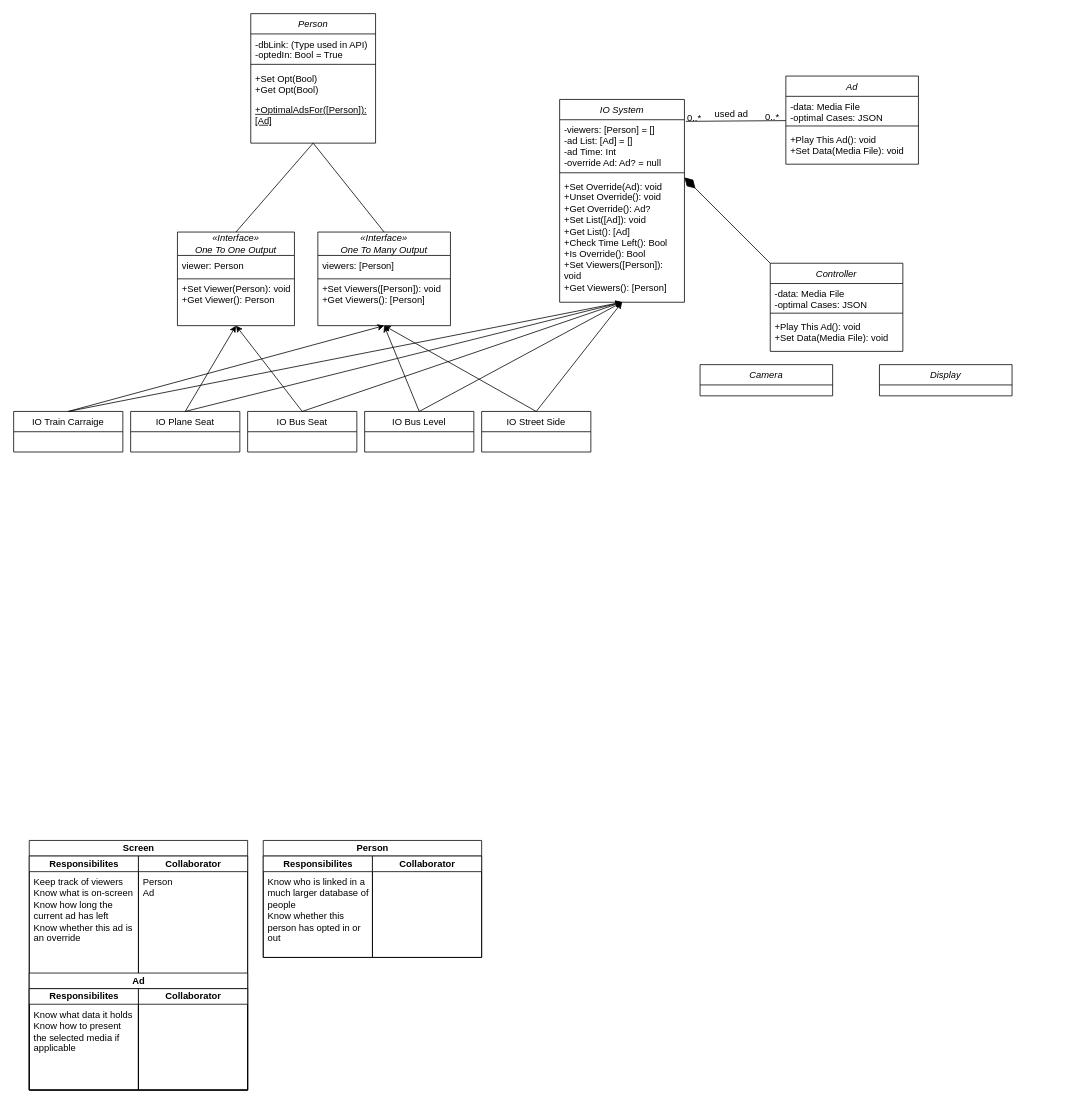
pseud0n/sepp-diagrams keeps this draw.io diagram as page "Page-1" (1 of 2) of class-diagram.drawio. Above is the earlier version. Source tidied: cells renumbered, new cells numbered last; positions are measured from the earlier drawing's top-left corner, leaving out a move shared by most shapes. Both pictures are drawn from the tidied source at 78%, with x=0, y=0 at pixel (13, 13).
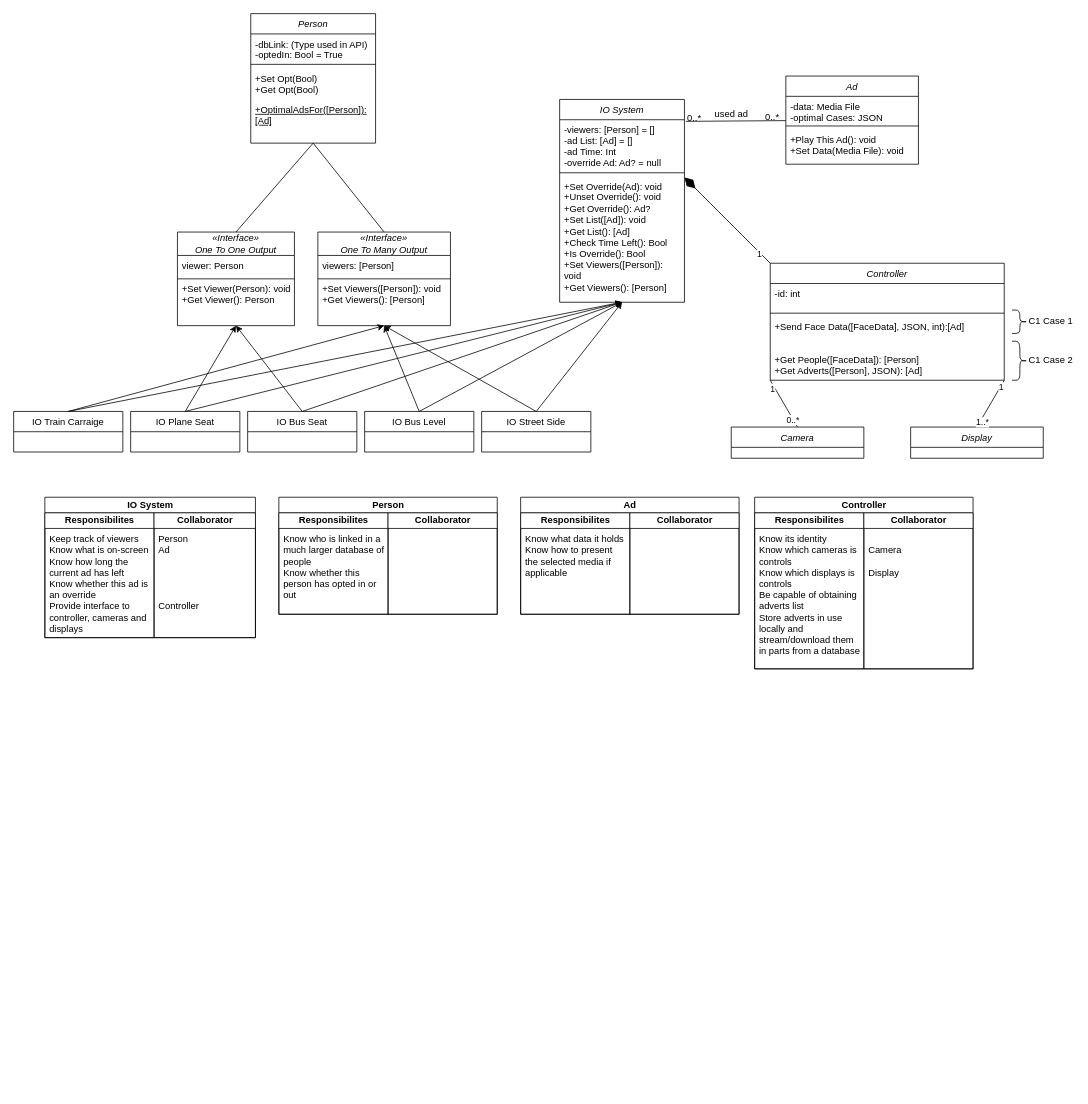
Above is the later version.

The change refers to these unchanged cells:
```xml
<mxCell id="64" style="endArrow=none;html=1;rounded=0;entryX=0;entryY=0;entryDx=0;entryDy=0;startArrow=diamondThin;startFill=1;startSize=17;" parent="1" edge="1" target="58">
  <mxGeometry relative="1" as="geometry">
    <mxPoint x="860" y="210" as="sourcePoint" />
  </mxGeometry>
</mxCell>
```

Diff of the diagram source:
```diff
@@
     <mxCell id="19" value="Person" style="swimlane;startSize=20;html=1;" parent="1" vertex="1">
-      <mxGeometry x="320" y="1060" width="280" height="150" as="geometry" />
+      <mxGeometry x="340" y="620" width="280" height="150" as="geometry" />
     </mxCell>
@@
-    <mxCell id="23" value="Screen" style="swimlane;startSize=20;html=1;" parent="1" vertex="1">
-      <mxGeometry x="20" y="1060" width="280" height="320" as="geometry" />
+    <mxCell id="23" value="IO System" style="swimlane;startSize=20;html=1;" parent="1" vertex="1">
+      <mxGeometry x="40" y="620" width="270" height="180" as="geometry" />
     </mxCell>
     <mxCell id="24" value="Responsibilites" style="swimlane;startSize=20;html=1;" parent="23" vertex="1">
-      <mxGeometry y="20" width="140" height="300" as="geometry" />
+      <mxGeometry y="20" width="140" height="160" as="geometry" />
     </mxCell>
     <mxCell id="25" value="Collaborator" style="swimlane;startSize=20;html=1;swimlaneLine=1;gradientColor=none;fillColor=default;" parent="23" vertex="1">
-      <mxGeometry x="140" y="20" width="140" height="300" as="geometry" />
+      <mxGeometry x="140" y="20" width="130" height="160" as="geometry" />
     </mxCell>
-    <mxCell id="26" value="&lt;div&gt;Person&lt;/div&gt;&lt;div&gt;Ad&lt;/div&gt;&lt;div&gt;&lt;br&gt;&lt;/div&gt;" style="text;html=1;strokeColor=none;fillColor=none;align=left;verticalAlign=top;whiteSpace=wrap;rounded=0;spacingLeft=4;spacingRight=4;" parent="25" vertex="1">
+    <mxCell id="26" value="&lt;div&gt;Person&lt;/div&gt;&lt;div&gt;Ad&lt;/div&gt;&lt;div&gt;&lt;br&gt;&lt;/div&gt;&lt;div&gt;&lt;br&gt;&lt;/div&gt;&lt;div&gt;&lt;br&gt;&lt;/div&gt;&lt;div&gt;&lt;br&gt;&lt;/div&gt;&lt;div&gt;Controller&lt;br&gt;&lt;/div&gt;" style="text;html=1;strokeColor=none;fillColor=none;align=left;verticalAlign=top;whiteSpace=wrap;rounded=0;spacingLeft=4;spacingRight=4;" parent="25" vertex="1">
       <mxGeometry y="20" width="140" height="140" as="geometry" />
     </mxCell>
-    <mxCell id="27" style="group;" parent="25" vertex="1">
-      <mxGeometry x="-140" y="150" width="280" height="150" as="geometry" />
-    </mxCell>
-    <mxCell id="28" value="Ad" style="swimlane;startSize=20;html=1;" parent="27" vertex="1">
-      <mxGeometry width="280" height="150" as="geometry" />
-    </mxCell>
-    <mxCell id="29" value="Responsibilites" style="swimlane;startSize=20;html=1;" parent="28" vertex="1">
-      <mxGeometry y="20" width="140" height="130" as="geometry" />
-    </mxCell>
-    <mxCell id="30" value="Collaborator" style="swimlane;startSize=20;html=1;swimlaneLine=1;gradientColor=none;fillColor=default;" parent="28" vertex="1">
-      <mxGeometry x="140" y="20" width="140" height="130" as="geometry" />
-    </mxCell>
-    <mxCell id="31" value="&lt;div&gt;Know what data it holds&lt;/div&gt;&lt;div&gt;Know how to present the selected media if applicable&lt;br&gt;&lt;/div&gt;" style="text;html=1;strokeColor=none;fillColor=none;align=left;verticalAlign=top;whiteSpace=wrap;rounded=0;spacingLeft=4;spacingRight=4;" parent="27" vertex="1">
-      <mxGeometry y="40" width="140" height="110" as="geometry" />
-    </mxCell>
-    <mxCell id="32" value="&lt;div&gt;Keep track of viewers&lt;/div&gt;&lt;div&gt;Know what is on-screen&lt;/div&gt;&lt;div&gt;Know how long the current ad has left&lt;/div&gt;&lt;div&gt;Know whether this ad is an override&lt;br&gt;&lt;/div&gt;" style="text;html=1;strokeColor=none;fillColor=none;align=left;verticalAlign=top;whiteSpace=wrap;rounded=0;spacingLeft=4;spacingRight=4;" parent="1" vertex="1">
-      <mxGeometry x="20" y="1100" width="140" height="140" as="geometry" />
+    <mxCell id="32" value="&lt;div&gt;Keep track of viewers&lt;/div&gt;&lt;div&gt;Know what is on-screen&lt;/div&gt;&lt;div&gt;Know how long the current ad has left&lt;/div&gt;&lt;div&gt;Know whether this ad is an override&lt;/div&gt;&lt;div&gt;Provide interface to controller, cameras and displays&lt;br&gt;&lt;/div&gt;" style="text;html=1;strokeColor=none;fillColor=none;align=left;verticalAlign=top;whiteSpace=wrap;rounded=0;spacingLeft=4;spacingRight=4;" parent="1" vertex="1">
+      <mxGeometry x="40" y="660" width="140" height="140" as="geometry" />
     </mxCell>
@@
     <mxCell id="58" value="Controller" style="swimlane;fontStyle=2;align=center;verticalAlign=top;horizontal=1;startSize=26;rounded=0;shadow=0;strokeWidth=1;" parent="1" vertex="1">
-      <mxGeometry x="970" y="320" width="170" height="113" as="geometry" />
+      <mxGeometry x="970" y="320" width="300" height="150" as="geometry" />
     </mxCell>
-    <mxCell id="59" value="-data: Media File&#10;-optimal Cases: JSON&#10;" style="text;align=left;verticalAlign=top;spacingLeft=4;spacingRight=4;overflow=hidden;" parent="58" vertex="1">
-      <mxGeometry y="26" width="170" height="34" as="geometry" />
+    <mxCell id="59" value="-id: int" style="text;align=left;verticalAlign=top;spacingLeft=4;spacingRight=4;overflow=hidden;" parent="58" vertex="1">
+      <mxGeometry y="26" width="300" height="34" as="geometry" />
     </mxCell>
     <mxCell id="60" style="line;html=1;strokeWidth=1;align=left;verticalAlign=middle;spacingTop=-1;spacingLeft=3;spacingRight=3;labelPosition=right;" parent="58" vertex="1">
-      <mxGeometry y="60" width="170" height="8" as="geometry" />
+      <mxGeometry y="60" width="300" height="8" as="geometry" />
     </mxCell>
-    <mxCell id="61" value="+Play This Ad(): void&#10;+Set Data(Media File): void&#10;" style="text;align=left;verticalAlign=top;spacingLeft=4;spacingRight=4;overflow=hidden;" parent="58" vertex="1">
-      <mxGeometry y="68" width="170" height="42" as="geometry" />
+    <mxCell id="61" value="+Send Face Data([FaceData], JSON, int):[Ad]&#10;&#10;&#10;+Get People([FaceData]): [Person]&#10;+Get Adverts([Person], JSON): [Ad]&#10;" style="text;align=left;verticalAlign=top;spacingLeft=4;spacingRight=4;overflow=hidden;" parent="58" vertex="1">
+      <mxGeometry y="68" width="300" height="82" as="geometry" />
     </mxCell>
     <mxCell id="62" value="Camera" style="swimlane;fontStyle=2;align=center;verticalAlign=top;horizontal=1;startSize=26;rounded=0;shadow=0;strokeWidth=1;" parent="1" vertex="1">
-      <mxGeometry x="880" y="450" width="170" height="40" as="geometry" />
+      <mxGeometry x="920" y="530" width="170" height="40" as="geometry" />
     </mxCell>
     <mxCell id="63" value="Display" style="swimlane;fontStyle=2;align=center;verticalAlign=top;horizontal=1;startSize=26;rounded=0;shadow=0;strokeWidth=1;" parent="1" vertex="1">
-      <mxGeometry x="1110" y="450" width="170" height="40" as="geometry" />
+      <mxGeometry x="1150" y="530" width="170" height="40" as="geometry" />
     </mxCell>
@@
+    <mxCell id="65" value="1" style="edgeLabel;html=1;align=center;verticalAlign=middle;" parent="64" vertex="1">
+      <mxGeometry x="0.76" y="-2" relative="1" as="geometry" />
+    </mxCell>
+    <mxCell id="66" style="endArrow=none;html=1;rounded=0;startSize=17;sourcePerimeterSpacing=20;targetPerimeterSpacing=20;exitX=0.5;exitY=0;exitDx=0;exitDy=0;entryX=0;entryY=1;entryDx=0;entryDy=0;" parent="1" edge="1" source="62" target="58">
+      <mxGeometry relative="1" as="geometry" />
+    </mxCell>
+    <mxCell id="67" value="0..*" style="edgeLabel;html=1;align=center;verticalAlign=middle;" parent="66" vertex="1">
+      <mxGeometry x="-0.66" y="1" relative="1" as="geometry" />
+    </mxCell>
+    <mxCell id="68" value="1" style="edgeLabel;html=1;align=center;verticalAlign=middle;" parent="66" vertex="1">
+      <mxGeometry x="0.71" y="3" relative="1" as="geometry" />
+    </mxCell>
+    <mxCell id="69" style="endArrow=none;html=1;rounded=0;startSize=17;sourcePerimeterSpacing=20;targetPerimeterSpacing=20;exitX=0.5;exitY=0;exitDx=0;exitDy=0;entryX=1;entryY=1;entryDx=0;entryDy=0;" parent="1" edge="1" source="63" target="58">
+      <mxGeometry relative="1" as="geometry" />
+    </mxCell>
+    <mxCell id="70" value="1" style="edgeLabel;html=1;align=center;verticalAlign=middle;" parent="69" vertex="1">
+      <mxGeometry x="0.73" relative="1" as="geometry" />
+    </mxCell>
+    <mxCell id="71" value="1..*" style="edgeLabel;html=1;align=center;verticalAlign=middle;" parent="69" vertex="1">
+      <mxGeometry x="-0.74" y="-2" relative="1" as="geometry" />
+    </mxCell>
+    <mxCell id="72" style="shape=curlyBracket;whiteSpace=wrap;html=1;rounded=1;flipH=1;labelPosition=right;verticalLabelPosition=middle;align=left;verticalAlign=middle;" parent="1" vertex="1">
+      <mxGeometry x="1280" y="380" width="20" height="30" as="geometry" />
+    </mxCell>
+    <mxCell id="73" style="shape=curlyBracket;whiteSpace=wrap;html=1;rounded=1;flipH=1;labelPosition=right;verticalLabelPosition=middle;align=left;verticalAlign=middle;" parent="1" vertex="1">
+      <mxGeometry x="1280" y="420" width="20" height="50" as="geometry" />
+    </mxCell>
+    <mxCell id="74" value="C1 Case 1" style="text;html=1;strokeColor=none;fillColor=none;align=center;verticalAlign=middle;whiteSpace=wrap;rounded=0;" parent="1" vertex="1">
+      <mxGeometry x="1300" y="380" width="60" height="30" as="geometry" />
+    </mxCell>
+    <mxCell id="75" value="C1 Case 2" style="text;html=1;strokeColor=none;fillColor=none;align=center;verticalAlign=middle;whiteSpace=wrap;rounded=0;" parent="1" vertex="1">
+      <mxGeometry x="1300" y="430" width="60" height="30" as="geometry" />
+    </mxCell>
+    <mxCell id="27" style="group;" parent="1" vertex="1">
+      <mxGeometry x="650" y="620" width="280" height="150" as="geometry" />
+    </mxCell>
+    <mxCell id="28" value="Ad" style="swimlane;startSize=20;html=1;" parent="27" vertex="1">
+      <mxGeometry width="280" height="150" as="geometry" />
+    </mxCell>
+    <mxCell id="29" value="Responsibilites" style="swimlane;startSize=20;html=1;" parent="28" vertex="1">
+      <mxGeometry y="20" width="140" height="130" as="geometry" />
+    </mxCell>
+    <mxCell id="30" value="Collaborator" style="swimlane;startSize=20;html=1;swimlaneLine=1;gradientColor=none;fillColor=default;" parent="28" vertex="1">
+      <mxGeometry x="140" y="20" width="140" height="130" as="geometry" />
+    </mxCell>
+    <mxCell id="31" value="&lt;div&gt;Know what data it holds&lt;/div&gt;&lt;div&gt;Know how to present the selected media if applicable&lt;br&gt;&lt;/div&gt;" style="text;html=1;strokeColor=none;fillColor=none;align=left;verticalAlign=top;whiteSpace=wrap;rounded=0;spacingLeft=4;spacingRight=4;" parent="27" vertex="1">
+      <mxGeometry y="40" width="140" height="110" as="geometry" />
+    </mxCell>
+    <mxCell id="76" style="group;" parent="1" vertex="1">
+      <mxGeometry x="950" y="620" width="280" height="220" as="geometry" />
+    </mxCell>
+    <mxCell id="77" value="Controller" style="swimlane;startSize=20;html=1;" parent="76" vertex="1">
+      <mxGeometry width="280" height="220" as="geometry" />
+    </mxCell>
+    <mxCell id="78" value="Responsibilites" style="swimlane;startSize=20;html=1;" parent="77" vertex="1">
+      <mxGeometry y="20" width="140" height="200" as="geometry" />
+    </mxCell>
+    <mxCell id="79" value="Collaborator" style="swimlane;startSize=20;html=1;swimlaneLine=1;gradientColor=none;fillColor=default;" parent="77" vertex="1">
+      <mxGeometry x="140" y="20" width="140" height="200" as="geometry" />
+    </mxCell>
+    <mxCell id="80" value="&lt;div&gt;&lt;br&gt;&lt;/div&gt;&lt;div&gt;Camera&lt;/div&gt;&lt;div&gt;&lt;br&gt;&lt;/div&gt;&lt;div&gt;Display&lt;br&gt;&lt;/div&gt;" style="text;html=1;strokeColor=none;fillColor=none;align=left;verticalAlign=top;whiteSpace=wrap;rounded=0;spacingLeft=4;spacingRight=4;" parent="79" vertex="1">
+      <mxGeometry y="20" width="130" height="180" as="geometry" />
+    </mxCell>
+    <mxCell id="81" value="&lt;div&gt;Know its identity&lt;/div&gt;&lt;div&gt;Know which cameras is controls&lt;/div&gt;&lt;div&gt;Know which displays is controls&lt;/div&gt;&lt;div&gt;Be capable of obtaining adverts list&lt;/div&gt;&lt;div&gt;Store adverts in use locally and stream/download them in parts from a database&lt;br&gt;&lt;/div&gt;" style="text;html=1;strokeColor=none;fillColor=none;align=left;verticalAlign=top;whiteSpace=wrap;rounded=0;spacingLeft=4;spacingRight=4;" parent="76" vertex="1">
+      <mxGeometry y="40" width="140" height="110" as="geometry" />
+    </mxCell>
```
